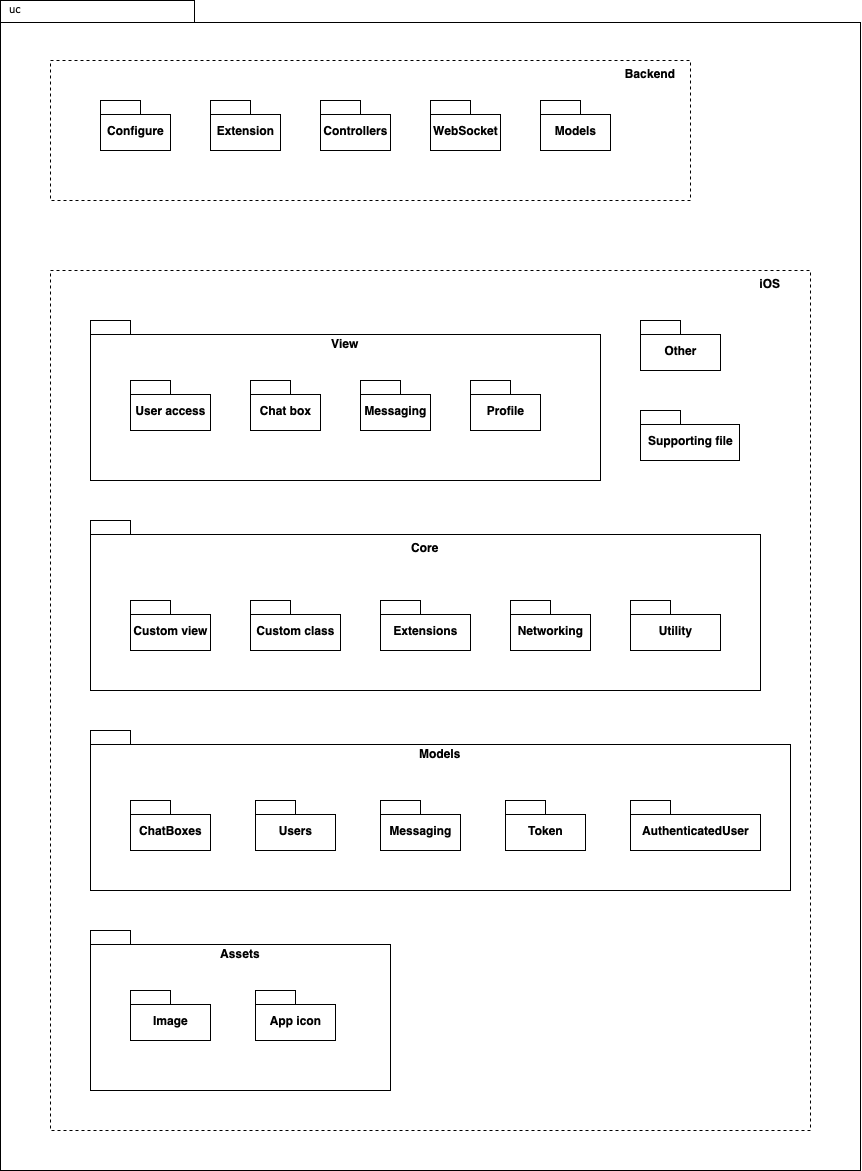
Before: Package.png, a diagram exported from draw.io (vudat081299/thesis). Source tidied: cells renumbered, new cells last; positions are measured from the earlier drawing's top-left corner, leaving out a move shared by most shapes.
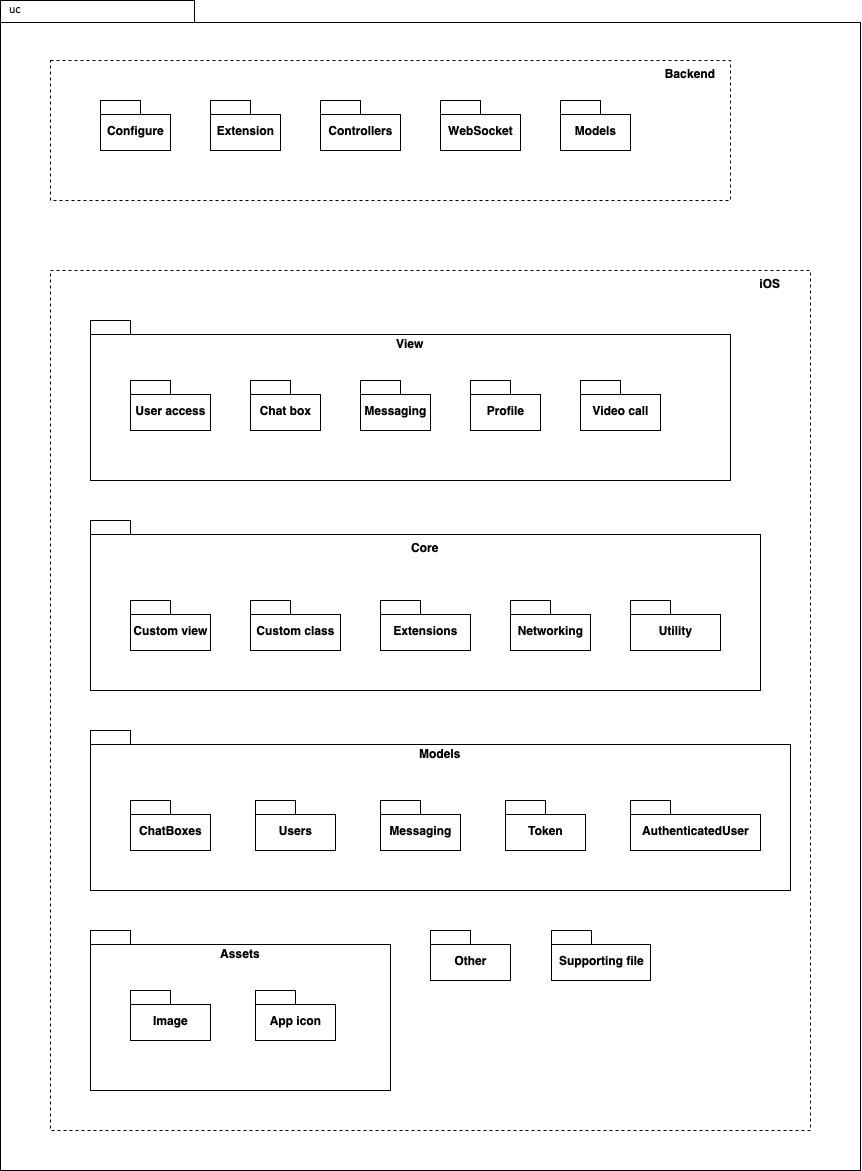
The same diagram one commit later.

What changed in the source:
```diff
@@ -9,16 +9,16 @@
       <mxGeometry x="7" width="130" height="20" as="geometry" />
     </mxCell>
     <mxCell id="4" style="rounded=0;whiteSpace=wrap;html=1;dashed=1;fillColor=none;" parent="1" vertex="1">
-      <mxGeometry x="50" y="60" width="640" height="140" as="geometry" />
+      <mxGeometry x="50" y="60" width="680" height="140" as="geometry" />
     </mxCell>
     <mxCell id="5" value="Controllers" style="shape=folder;fontStyle=1;spacingTop=10;tabWidth=40;tabHeight=14;tabPosition=left;html=1;" parent="1" vertex="1">
-      <mxGeometry x="320" y="100" width="70" height="50" as="geometry" />
+      <mxGeometry x="320" y="100" width="80" height="50" as="geometry" />
     </mxCell>
     <mxCell id="6" value="Models" style="shape=folder;fontStyle=1;spacingTop=10;tabWidth=40;tabHeight=14;tabPosition=left;html=1;" parent="1" vertex="1">
-      <mxGeometry x="540" y="100" width="70" height="50" as="geometry" />
+      <mxGeometry x="560" y="100" width="70" height="50" as="geometry" />
     </mxCell>
     <mxCell id="7" value="WebSocket" style="shape=folder;fontStyle=1;spacingTop=10;tabWidth=40;tabHeight=14;tabPosition=left;html=1;" parent="1" vertex="1">
-      <mxGeometry x="430" y="100" width="70" height="50" as="geometry" />
+      <mxGeometry x="440" y="100" width="80" height="50" as="geometry" />
     </mxCell>
     <mxCell id="8" value="Extension" style="shape=folder;fontStyle=1;spacingTop=10;tabWidth=40;tabHeight=14;tabPosition=left;html=1;" parent="1" vertex="1">
       <mxGeometry x="210" y="100" width="70" height="50" as="geometry" />
@@ -30,7 +30,7 @@
       <mxGeometry x="50" y="270" width="760" height="860" as="geometry" />
     </mxCell>
     <mxCell id="11" value="Backend" style="text;align=center;fontStyle=1;verticalAlign=middle;spacingLeft=3;spacingRight=3;strokeColor=none;" parent="1" vertex="1">
-      <mxGeometry x="610" y="60" width="80" height="26" as="geometry" />
+      <mxGeometry x="650" y="60" width="80" height="26" as="geometry" />
     </mxCell>
     <mxCell id="12" value="iOS" style="text;align=center;fontStyle=1;verticalAlign=middle;spacingLeft=3;spacingRight=3;strokeColor=none;" parent="1" vertex="1">
       <mxGeometry x="730" y="270" width="80" height="26" as="geometry" />
@@ -69,10 +69,10 @@
       <mxGeometry x="630" y="600" width="90" height="50" as="geometry" />
     </mxCell>
     <mxCell id="24" style="shape=folder;fontStyle=1;spacingTop=10;tabWidth=40;tabHeight=14;tabPosition=left;html=1;fillColor=none;" parent="1" vertex="1">
-      <mxGeometry x="90" y="320" width="510" height="160" as="geometry" />
+      <mxGeometry x="90" y="320" width="640" height="160" as="geometry" />
     </mxCell>
     <mxCell id="25" value="View" style="text;align=center;fontStyle=1;verticalAlign=middle;spacingLeft=3;spacingRight=3;strokeColor=none;" parent="1" vertex="1">
-      <mxGeometry x="305" y="330" width="80" height="26" as="geometry" />
+      <mxGeometry x="370" y="330" width="80" height="26" as="geometry" />
     </mxCell>
     <mxCell id="26" style="shape=folder;fontStyle=1;spacingTop=10;tabWidth=40;tabHeight=14;tabPosition=left;html=1;fillColor=none;" parent="1" vertex="1">
       <mxGeometry x="90" y="730" width="700" height="160" as="geometry" />
@@ -107,11 +107,14 @@
     <mxCell id="36" value="App icon" style="shape=folder;fontStyle=1;spacingTop=10;tabWidth=40;tabHeight=14;tabPosition=left;html=1;" parent="1" vertex="1">
       <mxGeometry x="255" y="990" width="80" height="50" as="geometry" />
     </mxCell>
-    <mxCell id="37" value="Other" style="shape=folder;fontStyle=1;spacingTop=10;tabWidth=40;tabHeight=14;tabPosition=left;html=1;" parent="1" vertex="1">
-      <mxGeometry x="640" y="320" width="80" height="50" as="geometry" />
+    <mxCell id="37" value="Video call" style="shape=folder;fontStyle=1;spacingTop=10;tabWidth=40;tabHeight=14;tabPosition=left;html=1;" parent="1" vertex="1">
+      <mxGeometry x="580" y="380" width="80" height="50" as="geometry" />
     </mxCell>
     <mxCell id="38" value="Supporting file" style="shape=folder;fontStyle=1;spacingTop=10;tabWidth=40;tabHeight=14;tabPosition=left;html=1;" parent="1" vertex="1">
-      <mxGeometry x="640" y="410" width="99" height="50" as="geometry" />
+      <mxGeometry x="551" y="930" width="99" height="50" as="geometry" />
     </mxCell>
+    <mxCell id="39" value="Other" style="shape=folder;fontStyle=1;spacingTop=10;tabWidth=40;tabHeight=14;tabPosition=left;html=1;" parent="1" vertex="1">
+      <mxGeometry x="430" y="930" width="80" height="50" as="geometry" />
+    </mxCell>
   </root>
 </mxGraphModel>
```
